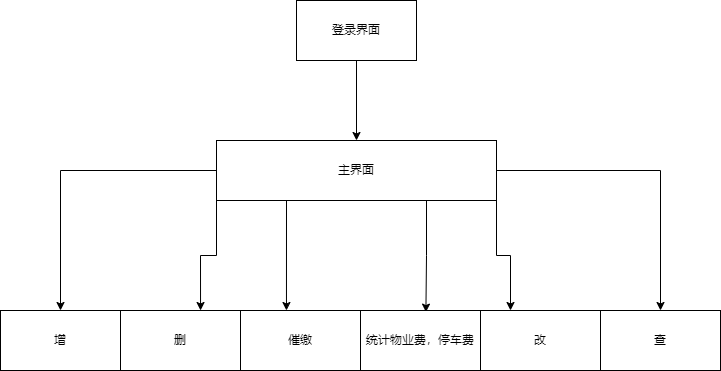
Above: img/操作流程图.png in JJLee7447/property_management_system (draw.io), before the change. Source tidied: cells renumbered, new cells last; positions are measured from the earlier drawing's top-left corner, leaving out a move shared by most shapes.
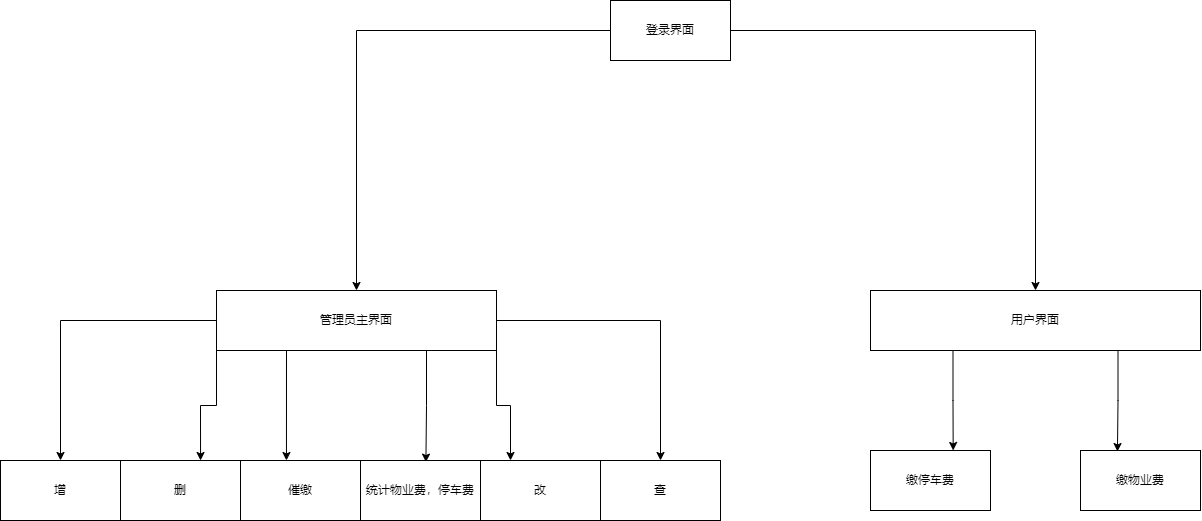
Later version of the same file.

Diff of the diagram source:
```diff
@@ -5,8 +5,11 @@
     <mxCell id="2" style="edgeStyle=orthogonalEdgeStyle;rounded=0;jettySize=auto;html=1;entryX=0.5;entryY=0;entryDx=0;entryDy=0;" parent="1" edge="1" source="3" target="10">
       <mxGeometry relative="1" as="geometry" />
     </mxCell>
+    <mxCell id="17" style="edgeStyle=orthogonalEdgeStyle;rounded=0;jettySize=auto;html=1;entryX=0.5;entryY=0;entryDx=0;entryDy=0;" parent="1" edge="1" source="3" target="20">
+      <mxGeometry relative="1" as="geometry" />
+    </mxCell>
     <mxCell id="3" value="登录界面" style="rounded=0;whiteSpace=wrap;html=1;" parent="1" vertex="1">
-      <mxGeometry x="296" width="120" height="60" as="geometry" />
+      <mxGeometry x="610" y="-150" width="120" height="60" as="geometry" />
     </mxCell>
     <mxCell id="4" style="edgeStyle=orthogonalEdgeStyle;rounded=0;jettySize=auto;html=1;" parent="1" edge="1" source="10" target="11">
       <mxGeometry relative="1" as="geometry" />
@@ -26,7 +29,7 @@
     <mxCell id="9" style="edgeStyle=orthogonalEdgeStyle;rounded=0;jettySize=auto;html=1;exitX=0.75;exitY=1;exitDx=0;exitDy=0;entryX=0.545;entryY=0.027;entryDx=0;entryDy=0;entryPerimeter=0;" parent="1" edge="1" source="10" target="16">
       <mxGeometry relative="1" as="geometry" />
     </mxCell>
-    <mxCell id="10" value="主界面" style="rounded=0;whiteSpace=wrap;html=1;" parent="1" vertex="1">
+    <mxCell id="10" value="管理员主界面" style="rounded=0;whiteSpace=wrap;html=1;" parent="1" vertex="1">
       <mxGeometry x="216" y="140" width="280" height="60" as="geometry" />
     </mxCell>
     <mxCell id="11" value="增" style="rounded=0;whiteSpace=wrap;html=1;" parent="1" vertex="1">
@@ -47,5 +50,20 @@
     <mxCell id="16" value="统计物业费，停车费" style="rounded=0;whiteSpace=wrap;html=1;" parent="1" vertex="1">
       <mxGeometry x="360" y="310" width="120" height="60" as="geometry" />
     </mxCell>
+    <mxCell id="18" style="edgeStyle=orthogonalEdgeStyle;rounded=0;jettySize=auto;html=1;exitX=0.75;exitY=1;exitDx=0;exitDy=0;entryX=0.308;entryY=0.017;entryDx=0;entryDy=0;entryPerimeter=0;" parent="1" edge="1" source="20" target="22">
+      <mxGeometry relative="1" as="geometry" />
+    </mxCell>
+    <mxCell id="19" style="edgeStyle=orthogonalEdgeStyle;rounded=0;jettySize=auto;html=1;exitX=0.25;exitY=1;exitDx=0;exitDy=0;entryX=0.689;entryY=0;entryDx=0;entryDy=0;entryPerimeter=0;" parent="1" edge="1" source="20" target="21">
+      <mxGeometry relative="1" as="geometry" />
+    </mxCell>
+    <mxCell id="20" value="用户界面" style="rounded=0;whiteSpace=wrap;html=1;" parent="1" vertex="1">
+      <mxGeometry x="870" y="140" width="330" height="60" as="geometry" />
+    </mxCell>
+    <mxCell id="21" value="缴停车费" style="rounded=0;whiteSpace=wrap;html=1;" parent="1" vertex="1">
+      <mxGeometry x="870" y="300" width="120" height="60" as="geometry" />
+    </mxCell>
+    <mxCell id="22" value="缴物业费" style="rounded=0;whiteSpace=wrap;html=1;" parent="1" vertex="1">
+      <mxGeometry x="1080" y="300" width="120" height="60" as="geometry" />
+    </mxCell>
   </root>
 </mxGraphModel>
```
